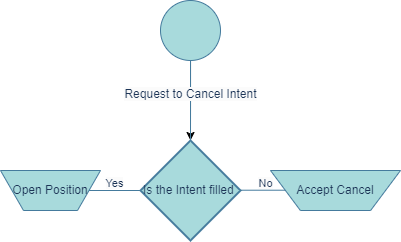
Above: hedger_docs/pngs/CancelIntent.drawio.png in SYMM-IO/docs (draw.io), before the change. Source tidied: cells renumbered, new cells last; positions are measured from the earlier drawing's top-left corner, leaving out a move shared by most shapes.
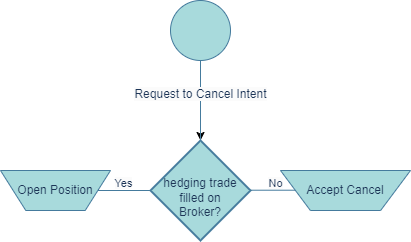
After the change.

The edit, as a diff of the source:
```diff
@@ -16,7 +16,7 @@
         <mxPoint x="190" y="60" as="targetPoint" />
       </mxGeometry>
     </mxCell>
-    <mxCell id="5" value="Is the Intent filled&amp;nbsp;" style="strokeWidth=2;html=1;shape=mxgraph.flowchart.decision;whiteSpace=wrap;fillColor=#A8DADC;strokeColor=#457B9D;labelBackgroundColor=none;fontColor=#1D3557;" parent="1" vertex="1">
+    <mxCell id="5" value="&lt;br&gt;hedging trade filled on &lt;br&gt;Broker?" style="strokeWidth=2;html=1;shape=mxgraph.flowchart.decision;whiteSpace=wrap;fillColor=#A8DADC;strokeColor=#457B9D;labelBackgroundColor=none;fontColor=#1D3557;" parent="1" vertex="1">
       <mxGeometry x="140" y="140" width="100" height="100" as="geometry" />
     </mxCell>
     <mxCell id="6" value="&#10;&lt;span style=&quot;color: rgb(29, 53, 87); font-family: Helvetica; font-size: 11px; font-style: normal; font-variant-ligatures: normal; font-variant-caps: normal; font-weight: 400; letter-spacing: normal; orphans: 2; text-align: center; text-indent: 0px; text-transform: none; widows: 2; word-spacing: 0px; -webkit-text-stroke-width: 0px; background-color: rgb(251, 251, 251); text-decoration-thickness: initial; text-decoration-style: initial; text-decoration-color: initial; float: none; display: inline !important;&quot;&gt;Yes&lt;/span&gt;&#10;&#10;" style="endArrow=none;html=1;rounded=0;entryX=0.5;entryY=1;entryDx=0;entryDy=0;entryPerimeter=0;labelBackgroundColor=none;strokeColor=#457B9D;fontColor=default;" parent="1" edge="1" source="7">
@@ -25,7 +25,7 @@
       </mxGeometry>
     </mxCell>
     <mxCell id="7" value="Open Position" style="verticalLabelPosition=middle;verticalAlign=middle;html=1;shape=trapezoid;perimeter=trapezoidPerimeter;whiteSpace=wrap;size=0.23;arcSize=10;flipV=1;labelPosition=center;align=center;strokeColor=#457B9D;fontColor=#1D3557;fillColor=#A8DADC;" parent="1" vertex="1">
-      <mxGeometry y="170" width="100" height="40" as="geometry" />
+      <mxGeometry x="-10" y="170" width="110" height="40" as="geometry" />
     </mxCell>
     <mxCell id="8" value="&#10;&lt;span style=&quot;color: rgb(29, 53, 87); font-family: Helvetica; font-size: 11px; font-style: normal; font-variant-ligatures: normal; font-variant-caps: normal; font-weight: 400; letter-spacing: normal; orphans: 2; text-align: center; text-indent: 0px; text-transform: none; widows: 2; word-spacing: 0px; -webkit-text-stroke-width: 0px; background-color: rgb(251, 251, 251); text-decoration-thickness: initial; text-decoration-style: initial; text-decoration-color: initial; float: none; display: inline !important;&quot;&gt;No&lt;/span&gt;&#10;&#10;" style="endArrow=none;html=1;rounded=0;entryX=0;entryY=0.5;entryDx=0;entryDy=0;entryPerimeter=0;labelBackgroundColor=none;strokeColor=#457B9D;fontColor=default;" parent="1" edge="1">
       <mxGeometry relative="1" as="geometry">
```
